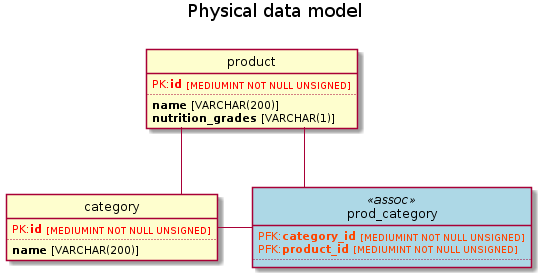
Above: doc/pdm.png in freezed/ocp5 (PlantUML), before the change.
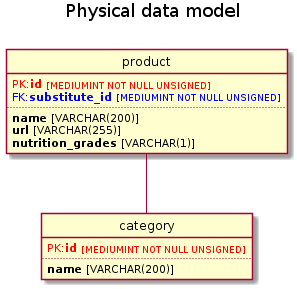
After the commit.

Commit message:
Updates physical data model #2

The edit, as a diff of the source:
```diff
@@ -11,31 +11,24 @@
 
 class product
 class category
-class prod_category <<assoc>>
 
 product -- category
 
 class product {
     <font color="red">PK:<b>id</b> <size:09>[MEDIUMINT NOT NULL UNSIGNED]</size></font>
+    <font color="blue">FK:<b>substitute_id</b> <size:09>[MEDIUMINT NOT NULL UNSIGNED]</size></font>
     ..
 }
 class category {
     <font color="red">PK:<b>id</b> <size:09>[MEDIUMINT NOT NULL UNSIGNED]</size></font>
     ..
 }
-class prod_category <<assoc>> {
-    <font color="orangered">PFK:<b>category_id</b> <size:09>[MEDIUMINT NOT NULL UNSIGNED]</size></font>
-    <font color="orangered">PFK:<b>product_id</b> <size:09>[MEDIUMINT NOT NULL UNSIGNED]</size></font>
-    ..
-}
 class product {
     {field} <b>name</b> [VARCHAR(200)]
+    {field} <b>url</b> [VARCHAR(255)]
     {field} <b>nutrition_grades</b> [VARCHAR(1)]
 }
 class category {
     {field} <b>name</b> [VARCHAR(200)]
 }
-
-product -- prod_category
-category - prod_category
 @enduml
```
